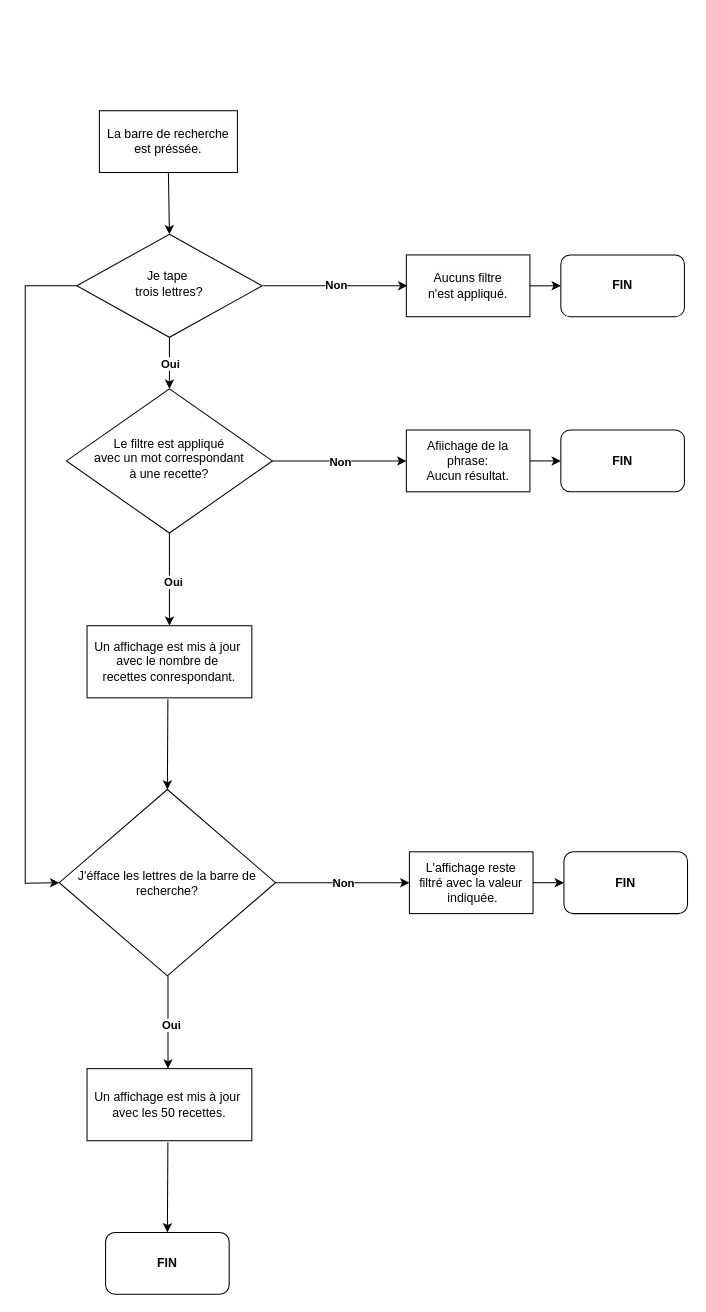
This is src/js/utils/petitplatfiltre.drawio from stephanemalho/lesPetitsPlats, a draw.io file, before an edit. Source tidied: cells renumbered, new cells numbered last; positions are measured from the earlier drawing's top-left corner, leaving out a move shared by most shapes. Both pictures are drawn from the tidied source at 103%, with x=0, y=0 at pixel (25, 110).
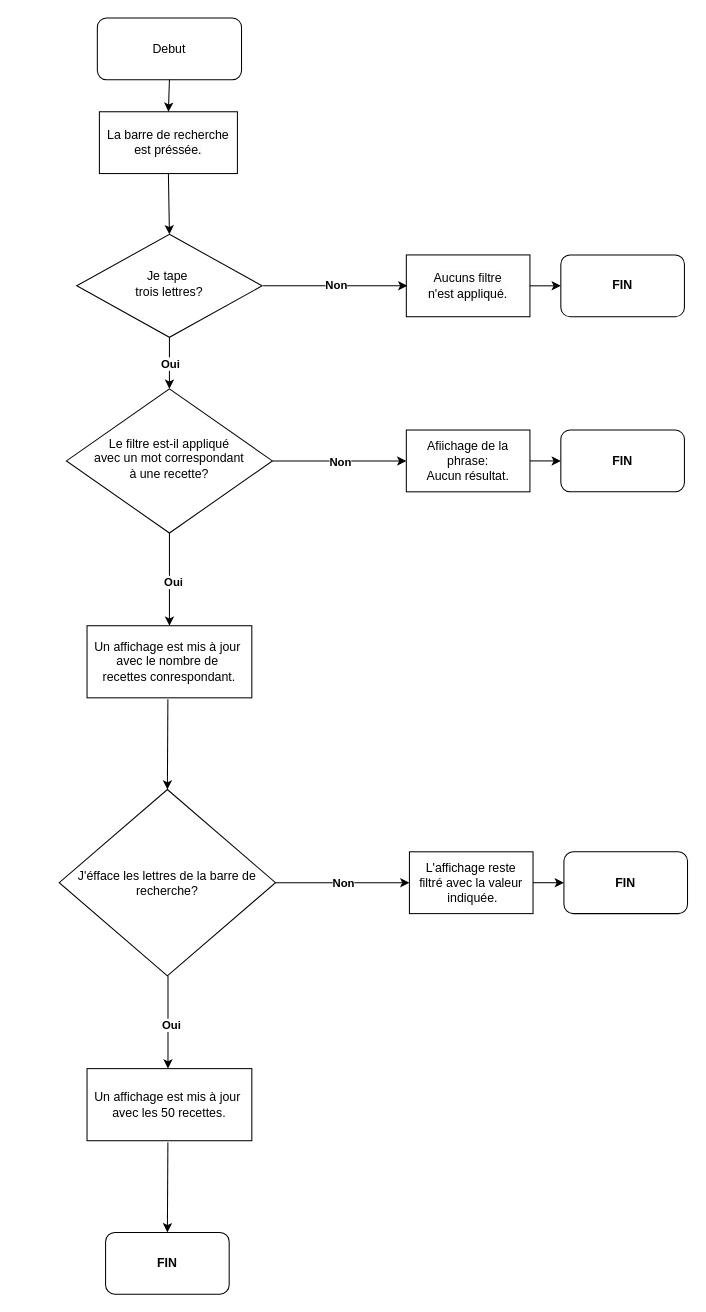
Above is the later version.

Unchanged cells that the change refers to:
```xml
<mxCell id="2" value="Je tape&amp;nbsp;&lt;br&gt;trois lettres?" style="rhombus;whiteSpace=wrap;html=1;shadow=0;fontFamily=Helvetica;fontSize=12;align=center;strokeWidth=1;spacing=6;spacingTop=-4;" parent="1" vertex="1">
  <mxGeometry x="50" y="120" width="180" height="100" as="geometry" />
</mxCell>
<mxCell id="21" value="J'éfface les lettres de la barre de recherche?" style="rhombus;whiteSpace=wrap;html=1;" parent="1" vertex="1">
  <mxGeometry x="33" y="659" width="210" height="181" as="geometry" />
</mxCell>
```

Diff of the diagram source:
```diff
@@
-    <mxCell id="3" value="Le filtre est appliqué &lt;br&gt;avec un mot correspondant &lt;br&gt;à une recette?" style="rhombus;whiteSpace=wrap;html=1;shadow=0;fontFamily=Helvetica;fontSize=12;align=center;strokeWidth=1;spacing=6;spacingTop=-4;" parent="1" vertex="1">
+    <mxCell id="3" value="Le filtre est-il appliqué &lt;br&gt;avec un mot correspondant &lt;br&gt;à une recette?" style="rhombus;whiteSpace=wrap;html=1;shadow=0;fontFamily=Helvetica;fontSize=12;align=center;strokeWidth=1;spacing=6;spacingTop=-4;" parent="1" vertex="1">
       <mxGeometry x="40" y="270" width="200" height="140" as="geometry" />
     </mxCell>
     <mxCell id="4" value="&lt;span style=&quot;color: rgb(0, 0, 0); font-family: Helvetica; font-size: 12px; font-style: normal; font-variant-ligatures: normal; font-variant-caps: normal; font-weight: 400; letter-spacing: normal; orphans: 2; text-align: center; text-indent: 0px; text-transform: none; widows: 2; word-spacing: 0px; -webkit-text-stroke-width: 0px; background-color: rgb(251, 251, 251); text-decoration-thickness: initial; text-decoration-style: initial; text-decoration-color: initial; float: none; display: inline !important;&quot;&gt;La barre de recherche est préssée.&lt;/span&gt;" style="rounded=0;whiteSpace=wrap;html=1;" parent="1" vertex="1">
-      <mxGeometry x="72" width="134" height="60" as="geometry" />
+      <mxGeometry x="72" y="1" width="134" height="60" as="geometry" />
     </mxCell>
@@
-    <mxCell id="32" style="endArrow=classic;html=1;rounded=0;exitX=0;exitY=0.5;exitDx=0;exitDy=0;entryX=0;entryY=0.5;entryDx=0;entryDy=0;" parent="1" edge="1" source="2" target="21">
-      <mxGeometry relative="1" as="geometry">
-        <Array as="points">
-          <mxPoint y="170" />
-          <mxPoint y="750" />
-        </Array>
-      </mxGeometry>
-    </mxCell>
+    <mxCell id="33" value="Debut" style="rounded=1;whiteSpace=wrap;html=1;" parent="1" vertex="1">
+      <mxGeometry x="70" y="-90" width="140" height="60" as="geometry" />
+    </mxCell>
+    <mxCell id="34" style="endArrow=classic;html=1;rounded=0;exitX=0.5;exitY=1;exitDx=0;exitDy=0;entryX=0.5;entryY=0;entryDx=0;entryDy=0;" parent="1" edge="1" source="33" target="4">
+      <mxGeometry relative="1" as="geometry" />
+    </mxCell>
```
